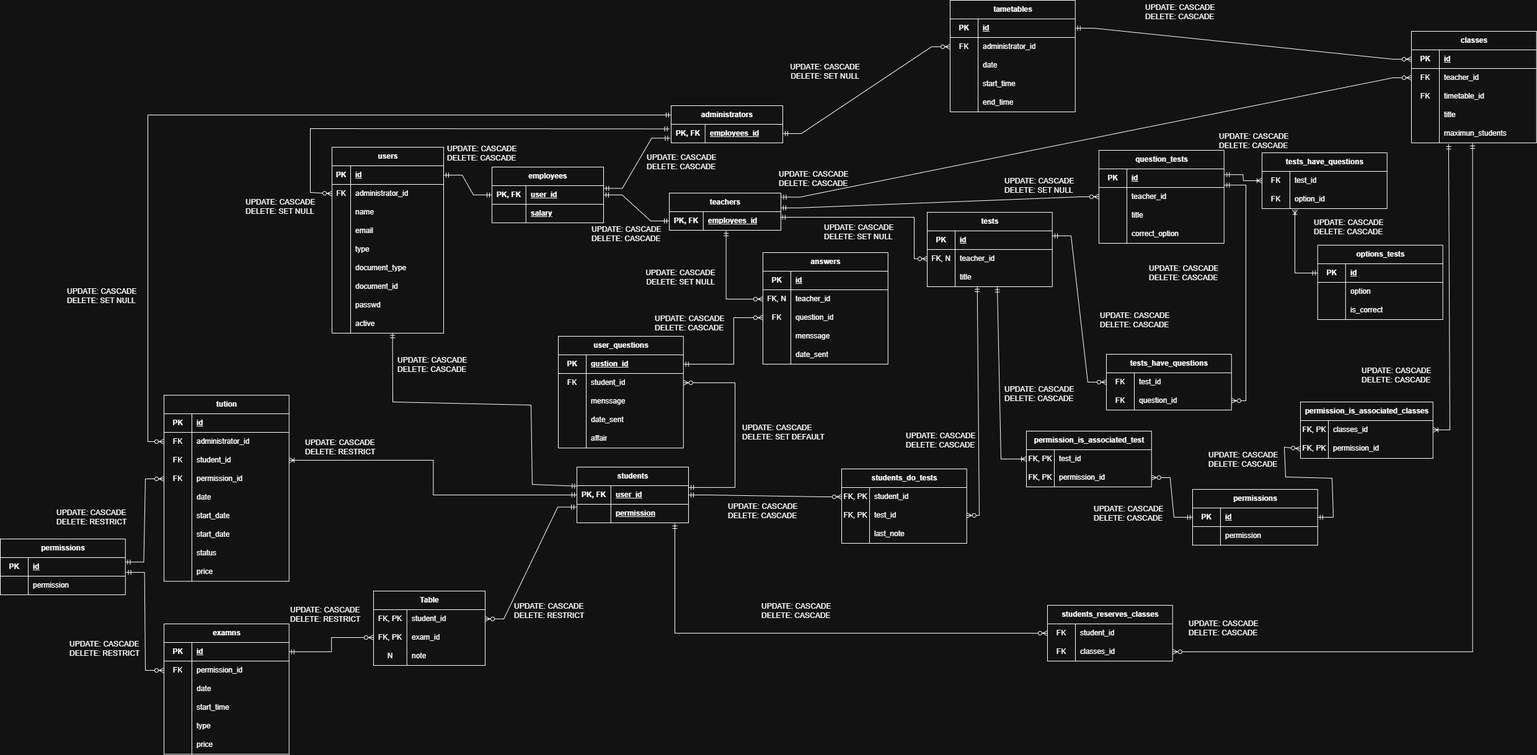
Above: DisenoBD/disenoLogicoAutoquiray.drawio.png in Timmo230/autoquiray (draw.io), before the change. Source tidied: cells renumbered, new cells last; positions are measured from the earlier drawing's top-left corner, leaving out a move shared by most shapes.
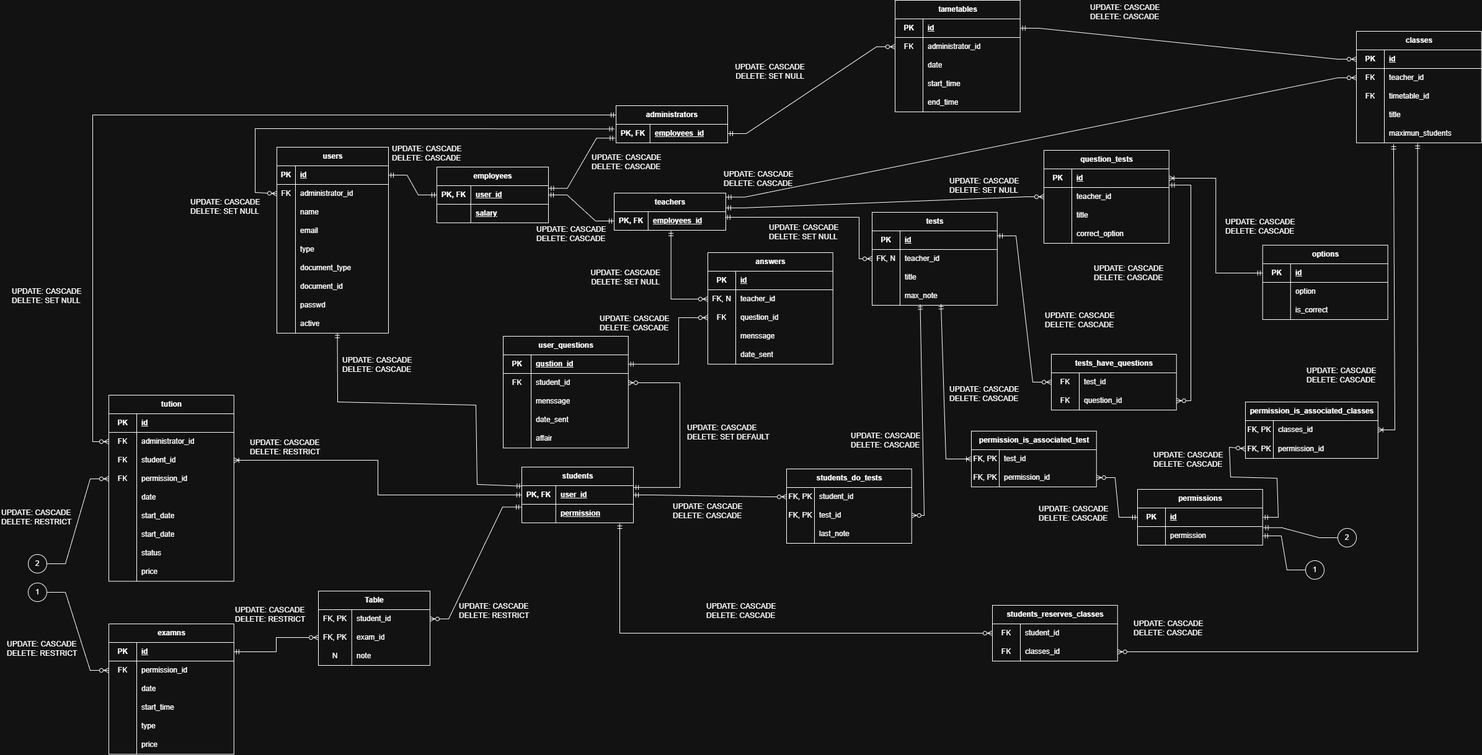
Later version of the same file.

The edit, as a diff of the source:
```diff
@@ -244,7 +244,7 @@
       <mxGeometry x="1028" y="432" width="139" height="30" as="geometry" />
     </mxCell>
     <mxCell id="81" value="tests" style="shape=table;startSize=30;rowLines=0;fontStyle=1;align=center;html=1;" parent="1" vertex="1">
-      <mxGeometry x="1495" y="342" width="201.8" height="120" as="geometry" />
+      <mxGeometry x="1495" y="342" width="201.8" height="150" as="geometry" />
     </mxCell>
     <mxCell id="82" style="shape=tableRow;horizontal=0;startSize=0;swimlaneHead=0;swimlaneBody=0;fillColor=none;top=0;left=0;right=0;bottom=1;" parent="81" vertex="1">
       <mxGeometry y="30" width="201.8" height="30" as="geometry" />
@@ -273,6 +273,15 @@
     <mxCell id="90" value="title" style="shape=partialRectangle;fillColor=none;top=0;left=0;bottom=0;right=0;align=left;spacingLeft=6;overflow=hidden;whiteSpace=wrap;html=1;" parent="88" vertex="1">
       <mxGeometry x="45" width="156.8" height="30" as="geometry" />
     </mxCell>
+    <mxCell id="327" style="shape=tableRow;horizontal=0;startSize=0;swimlaneHead=0;swimlaneBody=0;fillColor=none;points=[[0,0.5],[1,0.5]];portConstraint=eastwest;top=0;left=0;right=0;bottom=0;" parent="81" vertex="1">
+      <mxGeometry y="120" width="201.8" height="30" as="geometry" />
+    </mxCell>
+    <mxCell id="281" style="shape=partialRectangle;fillColor=none;top=0;left=0;bottom=0;right=0;overflow=hidden;whiteSpace=wrap;html=1;" parent="327" vertex="1">
+      <mxGeometry width="45" height="30" as="geometry" />
+    </mxCell>
+    <mxCell id="328" value="max_note" style="shape=partialRectangle;fillColor=none;top=0;left=0;bottom=0;right=0;align=left;spacingLeft=6;overflow=hidden;whiteSpace=wrap;html=1;" parent="327" vertex="1">
+      <mxGeometry x="45" width="156.8" height="30" as="geometry" />
+    </mxCell>
     <mxCell id="91" style="edgeStyle=elbowEdgeStyle;fontSize=12;html=1;endArrow=ERzeroToMany;startArrow=ERmandOne;rounded=0;exitX=0.994;exitY=0.3;exitDx=0;exitDy=0;exitPerimeter=0;entryX=0;entryY=0.5;entryDx=0;entryDy=0;" parent="1" edge="1" source="35" target="85">
       <mxGeometry relative="1" as="geometry">
         <Array as="points">
@@ -313,7 +322,7 @@
     <mxCell id="102" style="edgeStyle=entityRelationEdgeStyle;fontSize=12;html=1;endArrow=ERzeroToMany;startArrow=ERmandOne;rounded=0;exitX=1;exitY=0.5;exitDx=0;exitDy=0;entryX=0;entryY=0.5;entryDx=0;entryDy=0;" parent="1" edge="1" source="39" target="93">
       <mxGeometry relative="1" as="geometry" />
     </mxCell>
-    <mxCell id="103" style="fontSize=12;html=1;endArrow=ERzeroToMany;startArrow=ERmandOne;rounded=0;entryX=1;entryY=0.5;entryDx=0;entryDy=0;exitX=0.4;exitY=0.998;exitDx=0;exitDy=0;exitPerimeter=0;" parent="1" edge="1" source="88" target="96">
+    <mxCell id="103" style="fontSize=12;html=1;endArrow=ERzeroToMany;startArrow=ERmandOne;rounded=0;entryX=1;entryY=0.5;entryDx=0;entryDy=0;exitX=0.384;exitY=0.948;exitDx=0;exitDy=0;exitPerimeter=0;" parent="1" edge="1" source="327" target="96">
       <mxGeometry relative="1" as="geometry">
         <Array as="points">
           <mxPoint x="1579" y="831" />
@@ -776,7 +785,7 @@
     <mxCell id="246" style="edgeStyle=entityRelationEdgeStyle;fontSize=12;html=1;endArrow=ERzeroToMany;startArrow=ERmandOne;rounded=0;exitX=0;exitY=0.5;exitDx=0;exitDy=0;entryX=1;entryY=0.5;entryDx=0;entryDy=0;" parent="1" edge="1" source="233" target="243">
       <mxGeometry relative="1" as="geometry" />
     </mxCell>
-    <mxCell id="247" style="fontSize=12;html=1;endArrow=ERoneToMany;startArrow=ERmandOne;rounded=0;exitX=0.56;exitY=1.021;exitDx=0;exitDy=0;exitPerimeter=0;entryX=0;entryY=0.5;entryDx=0;entryDy=0;" parent="1" edge="1" source="88" target="240">
+    <mxCell id="247" style="fontSize=12;html=1;endArrow=ERoneToMany;startArrow=ERmandOne;rounded=0;exitX=0.55;exitY=0.932;exitDx=0;exitDy=0;exitPerimeter=0;entryX=0;entryY=0.5;entryDx=0;entryDy=0;" parent="1" edge="1" source="327" target="240">
       <mxGeometry relative="1" as="geometry">
         <Array as="points">
           <mxPoint x="1614" y="740" />
@@ -821,7 +830,7 @@
         </Array>
       </mxGeometry>
     </mxCell>
-    <mxCell id="257" value="options_tests" style="shape=table;startSize=30;rowLines=0;fontStyle=1;align=center;html=1;" parent="1" vertex="1">
+    <mxCell id="257" value="options" style="shape=table;startSize=30;rowLines=0;fontStyle=1;align=center;html=1;" parent="1" vertex="1">
       <mxGeometry x="2124.8" y="395" width="201.8" height="120" as="geometry" />
     </mxCell>
     <mxCell id="258" style="shape=tableRow;horizontal=0;startSize=0;swimlaneHead=0;swimlaneBody=0;fillColor=none;points=[[0,0.5],[1,0.5]];portConstraint=eastwest;top=0;left=0;right=0;bottom=1;" parent="257" vertex="1">
@@ -851,58 +860,9 @@
     <mxCell id="266" value="is_correct" style="shape=partialRectangle;fillColor=none;top=0;left=0;bottom=0;right=0;align=left;spacingLeft=6;overflow=hidden;whiteSpace=wrap;html=1;" parent="264" vertex="1">
       <mxGeometry x="45" width="156.8" height="30" as="geometry" />
     </mxCell>
-    <mxCell id="267" value="tests_have_questions" style="shape=table;startSize=30;rowLines=0;fontStyle=1;align=center;html=1;" parent="1" vertex="1">
-      <mxGeometry x="2035" y="246" width="201.8" height="90" as="geometry" />
-    </mxCell>
-    <mxCell id="268" style="shape=tableRow;horizontal=0;startSize=0;swimlaneHead=0;swimlaneBody=0;fillColor=none;points=[[0,0.5],[1,0.5]];portConstraint=eastwest;top=0;left=0;right=0;bottom=0;" parent="267" vertex="1">
-      <mxGeometry y="30" width="201.8" height="30" as="geometry" />
-    </mxCell>
-    <mxCell id="269" value="FK" style="shape=partialRectangle;fillColor=none;top=0;left=0;bottom=0;right=0;overflow=hidden;whiteSpace=wrap;html=1;" parent="268" vertex="1">
-      <mxGeometry width="45" height="30" as="geometry" />
-    </mxCell>
-    <mxCell id="270" value="test_id" style="shape=partialRectangle;fillColor=none;top=0;left=0;bottom=0;right=0;align=left;spacingLeft=6;overflow=hidden;whiteSpace=wrap;html=1;" parent="268" vertex="1">
-      <mxGeometry x="45" width="156.8" height="30" as="geometry" />
-    </mxCell>
-    <mxCell id="271" style="shape=tableRow;horizontal=0;startSize=0;swimlaneHead=0;swimlaneBody=0;fillColor=none;points=[[0,0.5],[1,0.5]];portConstraint=eastwest;top=0;left=0;right=0;bottom=0;" parent="267" vertex="1">
-      <mxGeometry y="60" width="201.8" height="30" as="geometry" />
-    </mxCell>
-    <mxCell id="272" value="FK" style="shape=partialRectangle;fillColor=none;top=0;left=0;bottom=0;right=0;overflow=hidden;whiteSpace=wrap;html=1;" parent="271" vertex="1">
-      <mxGeometry width="45" height="30" as="geometry" />
-    </mxCell>
-    <mxCell id="273" value="option_id" style="shape=partialRectangle;fillColor=none;top=0;left=0;bottom=0;right=0;align=left;spacingLeft=6;overflow=hidden;whiteSpace=wrap;html=1;" parent="271" vertex="1">
-      <mxGeometry x="45" width="156.8" height="30" as="geometry" />
-    </mxCell>
-    <mxCell id="274" style="fontSize=12;html=1;endArrow=ERoneToMany;startArrow=ERmandOne;rounded=0;exitX=0;exitY=0.5;exitDx=0;exitDy=0;entryX=0.263;entryY=1.048;entryDx=0;entryDy=0;entryPerimeter=0;" parent="1" edge="1" source="258" target="271">
-      <mxGeometry relative="1" as="geometry">
-        <Array as="points">
-          <mxPoint x="2088" y="440" />
-        </Array>
-      </mxGeometry>
+    <mxCell id="274" style="fontSize=12;html=1;endArrow=ERoneToMany;startArrow=ERmandOne;rounded=0;exitX=0;exitY=0.5;exitDx=0;exitDy=0;entryX=1;entryY=0.5;entryDx=0;entryDy=0;edgeStyle=orthogonalEdgeStyle;" parent="1" edge="1" source="258" target="105">
+      <mxGeometry relative="1" as="geometry" />
     </mxCell>
-    <mxCell id="275" style="edgeStyle=entityRelationEdgeStyle;fontSize=12;html=1;endArrow=ERoneToMany;startArrow=ERmandOne;rounded=0;exitX=1.003;exitY=0.31;exitDx=0;exitDy=0;exitPerimeter=0;entryX=0;entryY=0.5;entryDx=0;entryDy=0;" parent="1" edge="1" source="105" target="268">
-      <mxGeometry relative="1" as="geometry" />
-    </mxCell>
-    <mxCell id="276" value="permissions" style="shape=table;startSize=30;rowLines=0;fontStyle=1;align=center;html=1;" parent="1" vertex="1">
-      <mxGeometry y="869" width="201.8" height="90" as="geometry" />
-    </mxCell>
-    <mxCell id="277" style="shape=tableRow;horizontal=0;startSize=0;swimlaneHead=0;swimlaneBody=0;fillColor=none;points=[[0,0.5],[1,0.5]];portConstraint=eastwest;top=0;left=0;right=0;bottom=1;" parent="276" vertex="1">
-      <mxGeometry y="30" width="201.8" height="30" as="geometry" />
-    </mxCell>
-    <mxCell id="278" value="PK" style="shape=partialRectangle;fillColor=none;top=0;left=0;bottom=0;right=0;fontStyle=1;overflow=hidden;whiteSpace=wrap;html=1;" parent="277" vertex="1">
-      <mxGeometry width="45" height="30" as="geometry" />
-    </mxCell>
-    <mxCell id="279" value="id" style="shape=partialRectangle;fillColor=none;top=0;left=0;bottom=0;right=0;align=left;spacingLeft=6;fontStyle=5;overflow=hidden;whiteSpace=wrap;html=1;" parent="277" vertex="1">
-      <mxGeometry x="45" width="156.8" height="30" as="geometry" />
-    </mxCell>
-    <mxCell id="280" style="shape=tableRow;horizontal=0;startSize=0;swimlaneHead=0;swimlaneBody=0;fillColor=none;top=0;left=0;right=0;bottom=0;" parent="276" vertex="1">
-      <mxGeometry y="60" width="201.8" height="30" as="geometry" />
-    </mxCell>
-    <mxCell id="281" style="shape=partialRectangle;fillColor=none;top=0;left=0;bottom=0;right=0;overflow=hidden;whiteSpace=wrap;html=1;" parent="280" vertex="1">
-      <mxGeometry width="45" height="30" as="geometry" />
-    </mxCell>
-    <mxCell id="282" value="permission" style="shape=partialRectangle;fillColor=none;top=0;left=0;bottom=0;right=0;align=left;spacingLeft=6;overflow=hidden;whiteSpace=wrap;html=1;" parent="280" vertex="1">
-      <mxGeometry x="45" width="156.8" height="30" as="geometry" />
-    </mxCell>
     <mxCell id="283" value="tution" style="shape=table;startSize=30;rowLines=0;fontStyle=1;align=center;html=1;" parent="1" vertex="1">
       <mxGeometry x="264" y="637" width="201.8" height="300.3" as="geometry" />
     </mxCell>
@@ -987,12 +947,6 @@
     <mxCell id="310" value="price" style="shape=partialRectangle;fillColor=none;top=0;left=0;bottom=0;right=0;align=left;spacingLeft=6;overflow=hidden;whiteSpace=wrap;html=1;" parent="308" vertex="1">
       <mxGeometry x="45" width="156.8" height="30" as="geometry" />
     </mxCell>
-    <mxCell id="311" style="edgeStyle=entityRelationEdgeStyle;fontSize=12;html=1;endArrow=ERzeroToMany;startArrow=ERmandOne;rounded=0;exitX=1.004;exitY=0.797;exitDx=0;exitDy=0;entryX=0;entryY=0.5;entryDx=0;entryDy=0;exitPerimeter=0;" parent="1" edge="1" source="277" target="192">
-      <mxGeometry relative="1" as="geometry" />
-    </mxCell>
-    <mxCell id="312" style="edgeStyle=entityRelationEdgeStyle;fontSize=12;html=1;endArrow=ERzeroToMany;startArrow=ERmandOne;rounded=0;entryX=0;entryY=0.5;entryDx=0;entryDy=0;exitX=0.998;exitY=0.24;exitDx=0;exitDy=0;exitPerimeter=0;" parent="1" edge="1" source="277" target="293">
-      <mxGeometry relative="1" as="geometry" />
-    </mxCell>
     <mxCell id="313" style="edgeStyle=elbowEdgeStyle;fontSize=12;html=1;endArrow=ERoneToMany;startArrow=ERmandOne;rounded=0;exitX=0;exitY=0.5;exitDx=0;exitDy=0;entryX=1;entryY=0.5;entryDx=0;entryDy=0;" parent="1" edge="1" source="39" target="290">
       <mxGeometry relative="1" as="geometry" />
     </mxCell>
@@ -1007,7 +961,7 @@
       <mxGeometry x="89" y="819" width="120" height="30" as="geometry" />
     </mxCell>
     <mxCell id="316" value="UPDATE: CASCADE&lt;div&gt;DELETE: RESTRICT&lt;/div&gt;" style="text;html=1;whiteSpace=wrap;strokeColor=none;fillColor=none;align=left;verticalAlign=middle;rounded=0;" parent="1" vertex="1">
-      <mxGeometry x="110" y="1031" width="120" height="30" as="geometry" />
+      <mxGeometry x="98" y="1031" width="120" height="30" as="geometry" />
     </mxCell>
     <mxCell id="317" value="UPDATE: CASCADE&lt;div&gt;DELETE: RESTRICT&lt;/div&gt;" style="text;html=1;whiteSpace=wrap;strokeColor=none;fillColor=none;align=left;verticalAlign=middle;rounded=0;" parent="1" vertex="1">
       <mxGeometry x="490" y="706" width="120" height="30" as="geometry" />
@@ -1025,11 +979,8 @@
       <mxGeometry x="2194" y="590" width="120" height="30" as="geometry" />
     </mxCell>
     <mxCell id="322" value="UPDATE: CASCADE&lt;div&gt;DELETE: CASCADE&lt;/div&gt;" style="text;html=1;whiteSpace=wrap;strokeColor=none;fillColor=none;align=left;verticalAlign=middle;rounded=0;" parent="1" vertex="1">
-      <mxGeometry x="2116.8" y="351" width="120" height="30" as="geometry" />
+      <mxGeometry x="2063" y="350" width="120" height="30" as="geometry" />
     </mxCell>
-    <mxCell id="323" value="UPDATE: CASCADE&lt;div&gt;DELETE: CASCADE&lt;/div&gt;" style="text;html=1;whiteSpace=wrap;strokeColor=none;fillColor=none;align=left;verticalAlign=middle;rounded=0;" parent="1" vertex="1">
-      <mxGeometry x="1963.9" y="212" width="120" height="30" as="geometry" />
-    </mxCell>
     <mxCell id="324" value="UPDATE: CASCADE&lt;div&gt;DELETE: SET NULL&lt;/div&gt;" style="text;html=1;whiteSpace=wrap;strokeColor=none;fillColor=none;align=left;verticalAlign=middle;rounded=0;" parent="1" vertex="1">
       <mxGeometry x="106" y="462" width="139" height="30" as="geometry" />
     </mxCell>
@@ -1039,5 +990,29 @@
     <mxCell id="326" value="UPDATE: CASCADE&lt;div&gt;DELETE: CASCADE&lt;/div&gt;" style="text;html=1;whiteSpace=wrap;strokeColor=none;fillColor=none;align=left;verticalAlign=middle;rounded=0;" parent="1" vertex="1">
       <mxGeometry x="952" y="362" width="120" height="30" as="geometry" />
     </mxCell>
+    <mxCell id="329" value="2" style="ellipse;whiteSpace=wrap;html=1;" parent="1" vertex="1">
+      <mxGeometry x="134" y="894" width="30" height="30" as="geometry" />
+    </mxCell>
+    <mxCell id="330" value="1" style="ellipse;whiteSpace=wrap;html=1;" parent="1" vertex="1">
+      <mxGeometry x="134" y="940" width="30" height="30" as="geometry" />
+    </mxCell>
+    <mxCell id="331" style="edgeStyle=entityRelationEdgeStyle;fontSize=12;html=1;endArrow=ERzeroToMany;endFill=1;rounded=0;exitX=1;exitY=0.5;exitDx=0;exitDy=0;" parent="1" edge="1" source="330" target="192">
+      <mxGeometry relative="1" as="geometry" />
+    </mxCell>
+    <mxCell id="332" style="edgeStyle=entityRelationEdgeStyle;fontSize=12;html=1;endArrow=ERzeroToMany;endFill=1;rounded=0;exitX=1;exitY=0.5;exitDx=0;exitDy=0;entryX=0;entryY=0.5;entryDx=0;entryDy=0;" parent="1" edge="1" source="329" target="293">
+      <mxGeometry relative="1" as="geometry" />
+    </mxCell>
+    <mxCell id="333" value="1" style="ellipse;whiteSpace=wrap;html=1;" parent="1" vertex="1">
+      <mxGeometry x="2194" y="904" width="30" height="30" as="geometry" />
+    </mxCell>
+    <mxCell id="334" value="2" style="ellipse;whiteSpace=wrap;html=1;" parent="1" vertex="1">
+      <mxGeometry x="2246" y="852" width="30" height="30" as="geometry" />
+    </mxCell>
+    <mxCell id="335" style="edgeStyle=entityRelationEdgeStyle;fontSize=12;html=1;endArrow=ERmandOne;rounded=0;exitX=0;exitY=0.5;exitDx=0;exitDy=0;entryX=1.004;entryY=0.059;entryDx=0;entryDy=0;entryPerimeter=0;" parent="1" edge="1" source="334" target="236">
+      <mxGeometry relative="1" as="geometry" />
+    </mxCell>
+    <mxCell id="336" style="edgeStyle=entityRelationEdgeStyle;fontSize=12;html=1;endArrow=ERmandOne;rounded=0;exitX=0;exitY=0.5;exitDx=0;exitDy=0;entryX=1;entryY=0.5;entryDx=0;entryDy=0;" parent="1" edge="1" source="333" target="236">
+      <mxGeometry relative="1" as="geometry" />
+    </mxCell>
   </root>
 </mxGraphModel>
```
